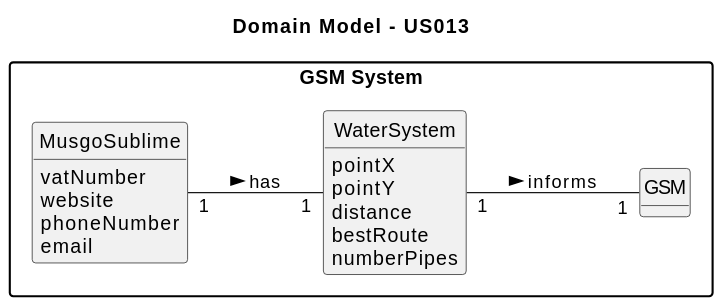
The PlantUML diagram docs/sprintB/us013/02.analysis/svg/us013-domain-model-Domain_Model___US013.svg in SAEmanuel/Green_Spaces_Management_ISEP, before a commit. Source of this version:
```plantuml
@startuml
skinparam monochrome true
skinparam packageStyle rectangle
skinparam shadowing false

left to right direction

skinparam classAttributeIconSize 0

hide circle
hide methods
package "GSM System" {

title Domain Model - US013

class GSM {
}

class WaterSystem {
         pointX
         pointY
         distance
         bestRoute
         numberPipes
}

class MusgoSublime {
vatNumber
website
phoneNumber
email
}



MusgoSublime "1" -- "1" WaterSystem: has >
WaterSystem "1"-- "1" GSM: informs >
@enduml
```
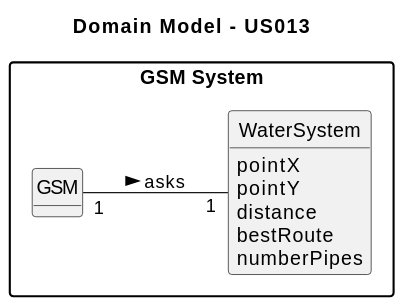
Later version of the same file.

What changed in the source:
```diff
@@ -24,15 +24,8 @@
          numberPipes
 }
 
-class MusgoSublime {
-vatNumber
-website
-phoneNumber
-email
-}
 
 
 
-MusgoSublime "1" -- "1" WaterSystem: has >
-WaterSystem "1"-- "1" GSM: informs >
+GSM "1" -- "1" WaterSystem : asks >
 @enduml
```
